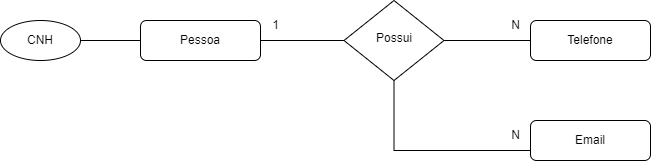
This is Downloads/Fluxogramas/Exercicio-pessoas.drawio.png from merbach020202/Lista_De_Exercicios_Fluxograma, a draw.io export, as it was before one commit. Source tidied: cells renumbered, new cells last; positions are measured from the earlier drawing's top-left corner, leaving out a move shared by most shapes.
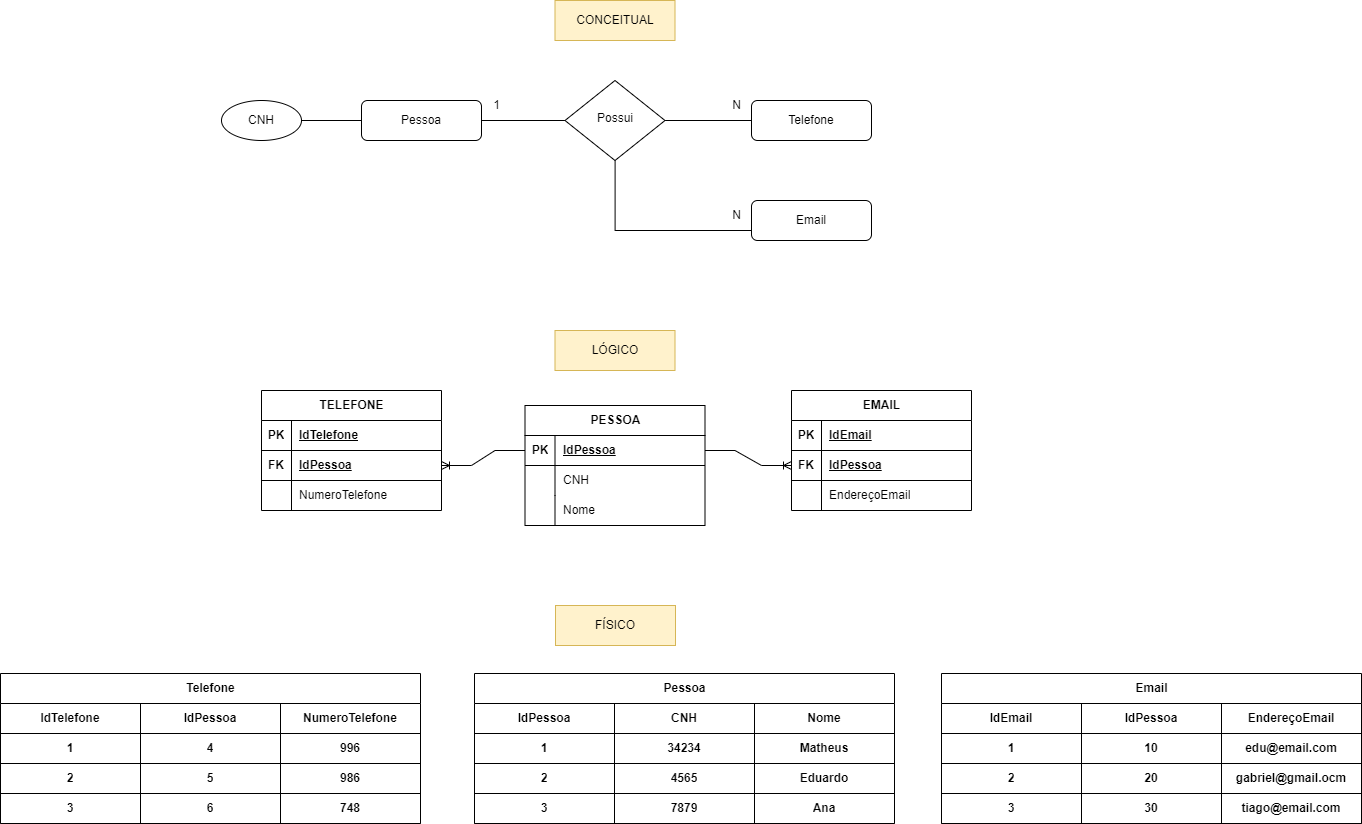
Later version of the same file.

Change to the diagram source:
```diff
@@ -42,5 +42,263 @@
     <mxCell id="13" value="N" style="text;html=1;align=center;verticalAlign=middle;strokeColor=none;fillColor=none;" parent="1" vertex="1">
       <mxGeometry x="500" y="120" width="30" height="30" as="geometry" />
     </mxCell>
+    <mxCell id="14" value="PESSOA" style="shape=table;startSize=30;rowLines=0;fontStyle=1;align=center;html=1;" parent="1" vertex="1">
+      <mxGeometry x="303.5" y="325" width="180" height="120" as="geometry" />
+    </mxCell>
+    <mxCell id="15" style="shape=tableRow;horizontal=0;startSize=0;swimlaneHead=0;swimlaneBody=0;fillColor=none;points=[[0,0.5],[1,0.5]];portConstraint=eastwest;top=0;left=0;right=0;bottom=1;" parent="14" vertex="1">
+      <mxGeometry y="30" width="180" height="30" as="geometry" />
+    </mxCell>
+    <mxCell id="16" value="PK" style="shape=partialRectangle;fillColor=none;top=0;left=0;bottom=0;right=0;fontStyle=1;overflow=hidden;whiteSpace=wrap;html=1;" parent="15" vertex="1">
+      <mxGeometry width="30" height="30" as="geometry" />
+    </mxCell>
+    <mxCell id="17" value="IdPessoa" style="shape=partialRectangle;fillColor=none;top=0;left=0;bottom=0;right=0;align=left;spacingLeft=6;fontStyle=5;overflow=hidden;whiteSpace=wrap;html=1;" parent="15" vertex="1">
+      <mxGeometry x="30" width="150" height="30" as="geometry" />
+    </mxCell>
+    <mxCell id="18" style="shape=tableRow;horizontal=0;startSize=0;swimlaneHead=0;swimlaneBody=0;fillColor=none;top=0;left=0;right=0;bottom=0;" parent="14" vertex="1">
+      <mxGeometry y="60" width="180" height="30" as="geometry" />
+    </mxCell>
+    <mxCell id="19" style="shape=partialRectangle;fillColor=none;top=0;left=0;bottom=0;right=0;overflow=hidden;whiteSpace=wrap;html=1;" parent="18" vertex="1">
+      <mxGeometry width="30" height="30" as="geometry" />
+    </mxCell>
+    <mxCell id="20" value="CNH" style="shape=partialRectangle;fillColor=none;top=0;left=0;bottom=0;right=0;align=left;spacingLeft=6;overflow=hidden;whiteSpace=wrap;html=1;" parent="18" vertex="1">
+      <mxGeometry x="30" width="150" height="30" as="geometry" />
+    </mxCell>
+    <mxCell id="21" style="shape=tableRow;horizontal=0;startSize=0;swimlaneHead=0;swimlaneBody=0;fillColor=none;top=0;left=0;right=0;bottom=0;" parent="14" vertex="1">
+      <mxGeometry y="90" width="180" height="30" as="geometry" />
+    </mxCell>
+    <mxCell id="22" style="shape=partialRectangle;fillColor=none;top=0;left=0;bottom=0;right=0;overflow=hidden;whiteSpace=wrap;html=1;" parent="21" vertex="1">
+      <mxGeometry width="30" height="30" as="geometry" />
+    </mxCell>
+    <mxCell id="23" value="Nome" style="shape=partialRectangle;fillColor=none;top=0;left=0;bottom=0;right=0;align=left;spacingLeft=6;overflow=hidden;whiteSpace=wrap;html=1;" parent="21" vertex="1">
+      <mxGeometry x="30" width="150" height="30" as="geometry" />
+    </mxCell>
+    <mxCell id="24" value="TELEFONE" style="shape=table;startSize=30;rowLines=0;fontStyle=1;align=center;html=1;" parent="1" vertex="1">
+      <mxGeometry x="40" y="310" width="180" height="120" as="geometry" />
+    </mxCell>
+    <mxCell id="25" style="shape=tableRow;horizontal=0;startSize=0;swimlaneHead=0;swimlaneBody=0;fillColor=none;top=0;left=0;right=0;bottom=1;" parent="24" vertex="1">
+      <mxGeometry y="30" width="180" height="30" as="geometry" />
+    </mxCell>
+    <mxCell id="26" value="PK" style="shape=partialRectangle;fillColor=none;top=0;left=0;bottom=0;right=0;fontStyle=1;overflow=hidden;whiteSpace=wrap;html=1;" parent="25" vertex="1">
+      <mxGeometry width="30" height="30" as="geometry" />
+    </mxCell>
+    <mxCell id="27" value="IdTelefone" style="shape=partialRectangle;fillColor=none;top=0;left=0;bottom=0;right=0;align=left;spacingLeft=6;fontStyle=5;overflow=hidden;whiteSpace=wrap;html=1;" parent="25" vertex="1">
+      <mxGeometry x="30" width="150" height="30" as="geometry" />
+    </mxCell>
+    <mxCell id="28" style="shape=tableRow;horizontal=0;startSize=0;swimlaneHead=0;swimlaneBody=0;fillColor=none;points=[[0,0.5],[1,0.5]];portConstraint=eastwest;top=0;left=0;right=0;bottom=1;" parent="24" vertex="1">
+      <mxGeometry y="60" width="180" height="30" as="geometry" />
+    </mxCell>
+    <mxCell id="29" value="FK" style="shape=partialRectangle;fillColor=none;top=0;left=0;bottom=0;right=0;fontStyle=1;overflow=hidden;whiteSpace=wrap;html=1;" parent="28" vertex="1">
+      <mxGeometry width="30" height="30" as="geometry" />
+    </mxCell>
+    <mxCell id="30" value="IdPessoa" style="shape=partialRectangle;fillColor=none;top=0;left=0;bottom=0;right=0;align=left;spacingLeft=6;fontStyle=5;overflow=hidden;whiteSpace=wrap;html=1;" parent="28" vertex="1">
+      <mxGeometry x="30" width="150" height="30" as="geometry" />
+    </mxCell>
+    <mxCell id="31" style="shape=tableRow;horizontal=0;startSize=0;swimlaneHead=0;swimlaneBody=0;fillColor=none;top=0;left=0;right=0;bottom=0;" parent="24" vertex="1">
+      <mxGeometry y="90" width="180" height="30" as="geometry" />
+    </mxCell>
+    <mxCell id="32" style="shape=partialRectangle;fillColor=none;top=0;left=0;bottom=0;right=0;overflow=hidden;whiteSpace=wrap;html=1;" parent="31" vertex="1">
+      <mxGeometry width="30" height="30" as="geometry" />
+    </mxCell>
+    <mxCell id="33" value="NumeroTelefone" style="shape=partialRectangle;fillColor=none;top=0;left=0;bottom=0;right=0;align=left;spacingLeft=6;overflow=hidden;whiteSpace=wrap;html=1;" parent="31" vertex="1">
+      <mxGeometry x="30" width="150" height="30" as="geometry" />
+    </mxCell>
+    <mxCell id="34" value="EMAIL" style="shape=table;startSize=30;rowLines=0;fontStyle=1;align=center;html=1;" parent="1" vertex="1">
+      <mxGeometry x="570" y="310" width="180" height="120" as="geometry" />
+    </mxCell>
+    <mxCell id="35" style="shape=tableRow;horizontal=0;startSize=0;swimlaneHead=0;swimlaneBody=0;fillColor=none;top=0;left=0;right=0;bottom=1;" parent="34" vertex="1">
+      <mxGeometry y="30" width="180" height="30" as="geometry" />
+    </mxCell>
+    <mxCell id="36" value="PK" style="shape=partialRectangle;fillColor=none;top=0;left=0;bottom=0;right=0;fontStyle=1;overflow=hidden;whiteSpace=wrap;html=1;" parent="35" vertex="1">
+      <mxGeometry width="30" height="30" as="geometry" />
+    </mxCell>
+    <mxCell id="37" value="IdEmail" style="shape=partialRectangle;fillColor=none;top=0;left=0;bottom=0;right=0;align=left;spacingLeft=6;fontStyle=5;overflow=hidden;whiteSpace=wrap;html=1;" parent="35" vertex="1">
+      <mxGeometry x="30" width="150" height="30" as="geometry" />
+    </mxCell>
+    <mxCell id="38" style="shape=tableRow;horizontal=0;startSize=0;swimlaneHead=0;swimlaneBody=0;fillColor=none;points=[[0,0.5],[1,0.5]];portConstraint=eastwest;top=0;left=0;right=0;bottom=1;" parent="34" vertex="1">
+      <mxGeometry y="60" width="180" height="30" as="geometry" />
+    </mxCell>
+    <mxCell id="39" value="FK" style="shape=partialRectangle;fillColor=none;top=0;left=0;bottom=0;right=0;fontStyle=1;overflow=hidden;whiteSpace=wrap;html=1;" parent="38" vertex="1">
+      <mxGeometry width="30" height="30" as="geometry" />
+    </mxCell>
+    <mxCell id="40" value="IdPessoa" style="shape=partialRectangle;fillColor=none;top=0;left=0;bottom=0;right=0;align=left;spacingLeft=6;fontStyle=5;overflow=hidden;whiteSpace=wrap;html=1;" parent="38" vertex="1">
+      <mxGeometry x="30" width="150" height="30" as="geometry" />
+    </mxCell>
+    <mxCell id="41" style="shape=tableRow;horizontal=0;startSize=0;swimlaneHead=0;swimlaneBody=0;fillColor=none;top=0;left=0;right=0;bottom=0;" parent="34" vertex="1">
+      <mxGeometry y="90" width="180" height="30" as="geometry" />
+    </mxCell>
+    <mxCell id="42" style="shape=partialRectangle;fillColor=none;top=0;left=0;bottom=0;right=0;overflow=hidden;whiteSpace=wrap;html=1;" parent="41" vertex="1">
+      <mxGeometry width="30" height="30" as="geometry" />
+    </mxCell>
+    <mxCell id="43" value="EndereçoEmail" style="shape=partialRectangle;fillColor=none;top=0;left=0;bottom=0;right=0;align=left;spacingLeft=6;overflow=hidden;whiteSpace=wrap;html=1;" parent="41" vertex="1">
+      <mxGeometry x="30" width="150" height="30" as="geometry" />
+    </mxCell>
+    <mxCell id="44" style="edgeStyle=entityRelationEdgeStyle;fontSize=12;html=1;endArrow=ERoneToMany;rounded=0;exitX=1;exitY=0.5;exitDx=0;exitDy=0;entryX=0;entryY=0.5;entryDx=0;entryDy=0;" parent="1" edge="1" source="15" target="38">
+      <mxGeometry relative="1" as="geometry" />
+    </mxCell>
+    <mxCell id="45" style="edgeStyle=entityRelationEdgeStyle;fontSize=12;html=1;endArrow=ERoneToMany;rounded=0;exitX=0;exitY=0.5;exitDx=0;exitDy=0;entryX=1;entryY=0.5;entryDx=0;entryDy=0;" parent="1" edge="1" source="15" target="28">
+      <mxGeometry relative="1" as="geometry" />
+    </mxCell>
+    <mxCell id="46" value="Pessoa" style="shape=table;startSize=30;rowLines=0;fontStyle=1;align=center;html=1;" parent="1" vertex="1">
+      <mxGeometry x="253" y="593" width="420" height="150" as="geometry" />
+    </mxCell>
+    <mxCell id="47" style="shape=tableRow;horizontal=0;startSize=0;swimlaneHead=0;swimlaneBody=0;fillColor=none;top=0;left=0;right=0;bottom=1;" parent="46" vertex="1">
+      <mxGeometry y="30" width="420" height="30" as="geometry" />
+    </mxCell>
+    <mxCell id="48" value="IdPessoa" style="shape=partialRectangle;fillColor=none;top=0;left=0;bottom=0;right=0;fontStyle=1;overflow=hidden;whiteSpace=wrap;html=1;" parent="47" vertex="1">
+      <mxGeometry width="140" height="30" as="geometry" />
+    </mxCell>
+    <mxCell id="49" value="CNH" style="shape=partialRectangle;fillColor=none;top=0;left=0;bottom=0;right=0;fontStyle=1;overflow=hidden;whiteSpace=wrap;html=1;" parent="47" vertex="1">
+      <mxGeometry x="140" width="140" height="30" as="geometry" />
+    </mxCell>
+    <mxCell id="50" value="Nome" style="shape=partialRectangle;fillColor=none;top=0;left=0;bottom=0;right=0;fontStyle=1;overflow=hidden;whiteSpace=wrap;html=1;" parent="47" vertex="1">
+      <mxGeometry x="280" width="140" height="30" as="geometry" />
+    </mxCell>
+    <mxCell id="51" style="shape=tableRow;horizontal=0;startSize=0;swimlaneHead=0;swimlaneBody=0;fillColor=none;top=0;left=0;right=0;bottom=1;" parent="46" vertex="1">
+      <mxGeometry y="60" width="420" height="30" as="geometry" />
+    </mxCell>
+    <mxCell id="52" value="1" style="shape=partialRectangle;fillColor=none;top=0;left=0;bottom=0;right=0;fontStyle=1;overflow=hidden;whiteSpace=wrap;html=1;" parent="51" vertex="1">
+      <mxGeometry width="140" height="30" as="geometry" />
+    </mxCell>
+    <mxCell id="53" value="34234" style="shape=partialRectangle;fillColor=none;top=0;left=0;bottom=0;right=0;fontStyle=1;overflow=hidden;whiteSpace=wrap;html=1;" parent="51" vertex="1">
+      <mxGeometry x="140" width="140" height="30" as="geometry" />
+    </mxCell>
+    <mxCell id="54" value="Matheus" style="shape=partialRectangle;fillColor=none;top=0;left=0;bottom=0;right=0;fontStyle=1;overflow=hidden;whiteSpace=wrap;html=1;" parent="51" vertex="1">
+      <mxGeometry x="280" width="140" height="30" as="geometry" />
+    </mxCell>
+    <mxCell id="55" style="shape=tableRow;horizontal=0;startSize=0;swimlaneHead=0;swimlaneBody=0;fillColor=none;top=0;left=0;right=0;bottom=1;" parent="46" vertex="1">
+      <mxGeometry y="90" width="420" height="30" as="geometry" />
+    </mxCell>
+    <mxCell id="56" value="2" style="shape=partialRectangle;fillColor=none;top=0;left=0;bottom=0;right=0;fontStyle=1;overflow=hidden;whiteSpace=wrap;html=1;" parent="55" vertex="1">
+      <mxGeometry width="140" height="30" as="geometry" />
+    </mxCell>
+    <mxCell id="57" value="4565" style="shape=partialRectangle;fillColor=none;top=0;left=0;bottom=0;right=0;fontStyle=1;overflow=hidden;whiteSpace=wrap;html=1;" parent="55" vertex="1">
+      <mxGeometry x="140" width="140" height="30" as="geometry" />
+    </mxCell>
+    <mxCell id="58" value="Eduardo" style="shape=partialRectangle;fillColor=none;top=0;left=0;bottom=0;right=0;fontStyle=1;overflow=hidden;whiteSpace=wrap;html=1;" parent="55" vertex="1">
+      <mxGeometry x="280" width="140" height="30" as="geometry" />
+    </mxCell>
+    <mxCell id="59" style="shape=tableRow;horizontal=0;startSize=0;swimlaneHead=0;swimlaneBody=0;fillColor=none;top=0;left=0;right=0;bottom=1;" parent="46" vertex="1">
+      <mxGeometry y="120" width="420" height="30" as="geometry" />
+    </mxCell>
+    <mxCell id="60" value="3" style="shape=partialRectangle;fillColor=none;top=0;left=0;bottom=0;right=0;fontStyle=1;overflow=hidden;whiteSpace=wrap;html=1;" parent="59" vertex="1">
+      <mxGeometry width="140" height="30" as="geometry" />
+    </mxCell>
+    <mxCell id="61" value="7879" style="shape=partialRectangle;fillColor=none;top=0;left=0;bottom=0;right=0;fontStyle=1;overflow=hidden;whiteSpace=wrap;html=1;" parent="59" vertex="1">
+      <mxGeometry x="140" width="140" height="30" as="geometry" />
+    </mxCell>
+    <mxCell id="62" value="Ana" style="shape=partialRectangle;fillColor=none;top=0;left=0;bottom=0;right=0;fontStyle=1;overflow=hidden;whiteSpace=wrap;html=1;" parent="59" vertex="1">
+      <mxGeometry x="280" width="140" height="30" as="geometry" />
+    </mxCell>
+    <mxCell id="63" value="Telefone" style="shape=table;startSize=30;rowLines=0;fontStyle=1;align=center;html=1;" parent="1" vertex="1">
+      <mxGeometry x="-221" y="593" width="420" height="150" as="geometry" />
+    </mxCell>
+    <mxCell id="64" style="shape=tableRow;horizontal=0;startSize=0;swimlaneHead=0;swimlaneBody=0;fillColor=none;top=0;left=0;right=0;bottom=1;" parent="63" vertex="1">
+      <mxGeometry y="30" width="420" height="30" as="geometry" />
+    </mxCell>
+    <mxCell id="65" value="IdTelefone" style="shape=partialRectangle;fillColor=none;top=0;left=0;bottom=0;right=0;fontStyle=1;overflow=hidden;whiteSpace=wrap;html=1;" parent="64" vertex="1">
+      <mxGeometry width="140" height="30" as="geometry" />
+    </mxCell>
+    <mxCell id="66" value="IdPessoa" style="shape=partialRectangle;fillColor=none;top=0;left=0;bottom=0;right=0;fontStyle=1;overflow=hidden;whiteSpace=wrap;html=1;" parent="64" vertex="1">
+      <mxGeometry x="140" width="140" height="30" as="geometry" />
+    </mxCell>
+    <mxCell id="67" value="NumeroTelefone" style="shape=partialRectangle;fillColor=none;top=0;left=0;bottom=0;right=0;fontStyle=1;overflow=hidden;whiteSpace=wrap;html=1;" parent="64" vertex="1">
+      <mxGeometry x="280" width="140" height="30" as="geometry" />
+    </mxCell>
+    <mxCell id="68" style="shape=tableRow;horizontal=0;startSize=0;swimlaneHead=0;swimlaneBody=0;fillColor=none;top=0;left=0;right=0;bottom=1;" parent="63" vertex="1">
+      <mxGeometry y="60" width="420" height="30" as="geometry" />
+    </mxCell>
+    <mxCell id="69" value="1" style="shape=partialRectangle;fillColor=none;top=0;left=0;bottom=0;right=0;fontStyle=1;overflow=hidden;whiteSpace=wrap;html=1;" parent="68" vertex="1">
+      <mxGeometry width="140" height="30" as="geometry" />
+    </mxCell>
+    <mxCell id="70" value="4" style="shape=partialRectangle;fillColor=none;top=0;left=0;bottom=0;right=0;fontStyle=1;overflow=hidden;whiteSpace=wrap;html=1;" parent="68" vertex="1">
+      <mxGeometry x="140" width="140" height="30" as="geometry" />
+    </mxCell>
+    <mxCell id="71" value="996" style="shape=partialRectangle;fillColor=none;top=0;left=0;bottom=0;right=0;fontStyle=1;overflow=hidden;whiteSpace=wrap;html=1;" parent="68" vertex="1">
+      <mxGeometry x="280" width="140" height="30" as="geometry" />
+    </mxCell>
+    <mxCell id="72" style="shape=tableRow;horizontal=0;startSize=0;swimlaneHead=0;swimlaneBody=0;fillColor=none;top=0;left=0;right=0;bottom=1;" parent="63" vertex="1">
+      <mxGeometry y="90" width="420" height="30" as="geometry" />
+    </mxCell>
+    <mxCell id="73" value="2" style="shape=partialRectangle;fillColor=none;top=0;left=0;bottom=0;right=0;fontStyle=1;overflow=hidden;whiteSpace=wrap;html=1;" parent="72" vertex="1">
+      <mxGeometry width="140" height="30" as="geometry" />
+    </mxCell>
+    <mxCell id="74" value="5" style="shape=partialRectangle;fillColor=none;top=0;left=0;bottom=0;right=0;fontStyle=1;overflow=hidden;whiteSpace=wrap;html=1;" parent="72" vertex="1">
+      <mxGeometry x="140" width="140" height="30" as="geometry" />
+    </mxCell>
+    <mxCell id="75" value="986" style="shape=partialRectangle;fillColor=none;top=0;left=0;bottom=0;right=0;fontStyle=1;overflow=hidden;whiteSpace=wrap;html=1;" parent="72" vertex="1">
+      <mxGeometry x="280" width="140" height="30" as="geometry" />
+    </mxCell>
+    <mxCell id="76" style="shape=tableRow;horizontal=0;startSize=0;swimlaneHead=0;swimlaneBody=0;fillColor=none;top=0;left=0;right=0;bottom=1;" parent="63" vertex="1">
+      <mxGeometry y="120" width="420" height="30" as="geometry" />
+    </mxCell>
+    <mxCell id="77" value="3" style="shape=partialRectangle;fillColor=none;top=0;left=0;bottom=0;right=0;fontStyle=1;overflow=hidden;whiteSpace=wrap;html=1;" parent="76" vertex="1">
+      <mxGeometry width="140" height="30" as="geometry" />
+    </mxCell>
+    <mxCell id="78" value="6" style="shape=partialRectangle;fillColor=none;top=0;left=0;bottom=0;right=0;fontStyle=1;overflow=hidden;whiteSpace=wrap;html=1;" parent="76" vertex="1">
+      <mxGeometry x="140" width="140" height="30" as="geometry" />
+    </mxCell>
+    <mxCell id="79" value="748" style="shape=partialRectangle;fillColor=none;top=0;left=0;bottom=0;right=0;fontStyle=1;overflow=hidden;whiteSpace=wrap;html=1;" parent="76" vertex="1">
+      <mxGeometry x="280" width="140" height="30" as="geometry" />
+    </mxCell>
+    <mxCell id="80" value="Email" style="shape=table;startSize=30;rowLines=0;fontStyle=1;align=center;html=1;" parent="1" vertex="1">
+      <mxGeometry x="720" y="593" width="420" height="150" as="geometry" />
+    </mxCell>
+    <mxCell id="81" style="shape=tableRow;horizontal=0;startSize=0;swimlaneHead=0;swimlaneBody=0;fillColor=none;top=0;left=0;right=0;bottom=1;" parent="80" vertex="1">
+      <mxGeometry y="30" width="420" height="30" as="geometry" />
+    </mxCell>
+    <mxCell id="82" value="IdEmail" style="shape=partialRectangle;fillColor=none;top=0;left=0;bottom=0;right=0;fontStyle=1;overflow=hidden;whiteSpace=wrap;html=1;" parent="81" vertex="1">
+      <mxGeometry width="140" height="30" as="geometry" />
+    </mxCell>
+    <mxCell id="83" value="IdPessoa" style="shape=partialRectangle;fillColor=none;top=0;left=0;bottom=0;right=0;fontStyle=1;overflow=hidden;whiteSpace=wrap;html=1;" parent="81" vertex="1">
+      <mxGeometry x="140" width="140" height="30" as="geometry" />
+    </mxCell>
+    <mxCell id="84" value="EndereçoEmail" style="shape=partialRectangle;fillColor=none;top=0;left=0;bottom=0;right=0;fontStyle=1;overflow=hidden;whiteSpace=wrap;html=1;" parent="81" vertex="1">
+      <mxGeometry x="280" width="140" height="30" as="geometry" />
+    </mxCell>
+    <mxCell id="85" style="shape=tableRow;horizontal=0;startSize=0;swimlaneHead=0;swimlaneBody=0;fillColor=none;top=0;left=0;right=0;bottom=1;" parent="80" vertex="1">
+      <mxGeometry y="60" width="420" height="30" as="geometry" />
+    </mxCell>
+    <mxCell id="86" value="1" style="shape=partialRectangle;fillColor=none;top=0;left=0;bottom=0;right=0;fontStyle=1;overflow=hidden;whiteSpace=wrap;html=1;" parent="85" vertex="1">
+      <mxGeometry width="140" height="30" as="geometry" />
+    </mxCell>
+    <mxCell id="87" value="10" style="shape=partialRectangle;fillColor=none;top=0;left=0;bottom=0;right=0;fontStyle=1;overflow=hidden;whiteSpace=wrap;html=1;" parent="85" vertex="1">
+      <mxGeometry x="140" width="140" height="30" as="geometry" />
+    </mxCell>
+    <mxCell id="88" value="edu@email.com" style="shape=partialRectangle;fillColor=none;top=0;left=0;bottom=0;right=0;fontStyle=1;overflow=hidden;whiteSpace=wrap;html=1;" parent="85" vertex="1">
+      <mxGeometry x="280" width="140" height="30" as="geometry" />
+    </mxCell>
+    <mxCell id="89" style="shape=tableRow;horizontal=0;startSize=0;swimlaneHead=0;swimlaneBody=0;fillColor=none;top=0;left=0;right=0;bottom=1;" parent="80" vertex="1">
+      <mxGeometry y="90" width="420" height="30" as="geometry" />
+    </mxCell>
+    <mxCell id="90" value="2" style="shape=partialRectangle;fillColor=none;top=0;left=0;bottom=0;right=0;fontStyle=1;overflow=hidden;whiteSpace=wrap;html=1;" parent="89" vertex="1">
+      <mxGeometry width="140" height="30" as="geometry" />
+    </mxCell>
+    <mxCell id="91" value="20" style="shape=partialRectangle;fillColor=none;top=0;left=0;bottom=0;right=0;fontStyle=1;overflow=hidden;whiteSpace=wrap;html=1;" parent="89" vertex="1">
+      <mxGeometry x="140" width="140" height="30" as="geometry" />
+    </mxCell>
+    <mxCell id="92" value="gabriel@gmail.ocm" style="shape=partialRectangle;fillColor=none;top=0;left=0;bottom=0;right=0;fontStyle=1;overflow=hidden;whiteSpace=wrap;html=1;" parent="89" vertex="1">
+      <mxGeometry x="280" width="140" height="30" as="geometry" />
+    </mxCell>
+    <mxCell id="93" style="shape=tableRow;horizontal=0;startSize=0;swimlaneHead=0;swimlaneBody=0;fillColor=none;top=0;left=0;right=0;bottom=1;" parent="80" vertex="1">
+      <mxGeometry y="120" width="420" height="30" as="geometry" />
+    </mxCell>
+    <mxCell id="94" value="3" style="shape=partialRectangle;fillColor=none;top=0;left=0;bottom=0;right=0;fontStyle=1;overflow=hidden;whiteSpace=wrap;html=1;" parent="93" vertex="1">
+      <mxGeometry width="140" height="30" as="geometry" />
+    </mxCell>
+    <mxCell id="95" value="30" style="shape=partialRectangle;fillColor=none;top=0;left=0;bottom=0;right=0;fontStyle=1;overflow=hidden;whiteSpace=wrap;html=1;" parent="93" vertex="1">
+      <mxGeometry x="140" width="140" height="30" as="geometry" />
+    </mxCell>
+    <mxCell id="96" value="tiago@email.com" style="shape=partialRectangle;fillColor=none;top=0;left=0;bottom=0;right=0;fontStyle=1;overflow=hidden;whiteSpace=wrap;html=1;" parent="93" vertex="1">
+      <mxGeometry x="280" width="140" height="30" as="geometry" />
+    </mxCell>
+    <mxCell id="97" value="CONCEITUAL" style="whiteSpace=wrap;html=1;fillColor=#fff2cc;strokeColor=#d6b656;" parent="1" vertex="1">
+      <mxGeometry x="333.5" y="-80" width="120" height="40" as="geometry" />
+    </mxCell>
+    <mxCell id="98" value="LÓGICO" style="whiteSpace=wrap;html=1;fillColor=#fff2cc;strokeColor=#d6b656;" parent="1" vertex="1">
+      <mxGeometry x="333.5" y="250" width="120" height="40" as="geometry" />
+    </mxCell>
+    <mxCell id="99" value="FÍSICO" style="whiteSpace=wrap;html=1;fillColor=#fff2cc;strokeColor=#d6b656;" parent="1" vertex="1">
+      <mxGeometry x="334" y="525" width="120" height="40" as="geometry" />
+    </mxCell>
   </root>
 </mxGraphModel>
```
